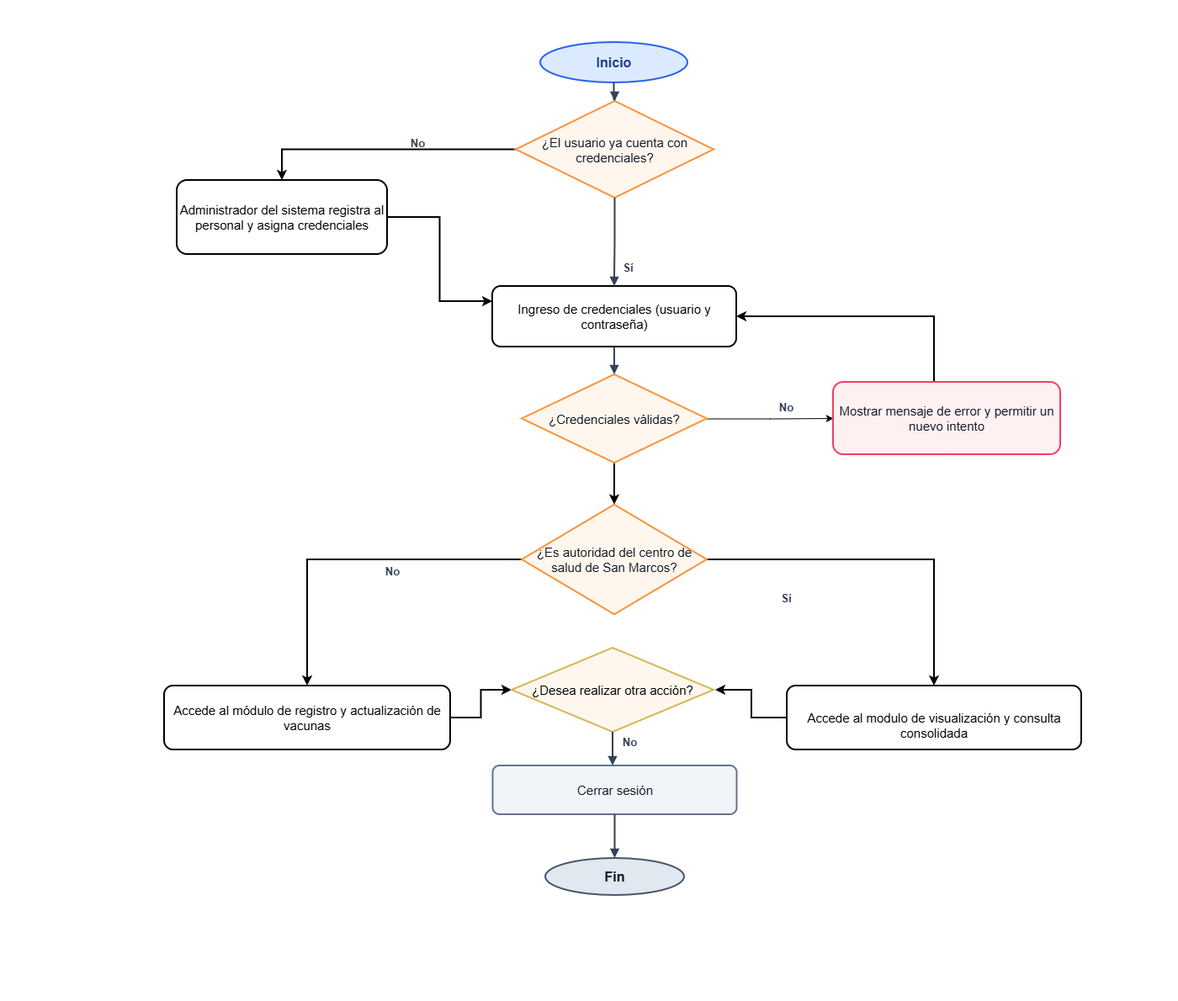
The draw.io diagram Diagramas/diagrama_flujo_vacunas.drawio.png in WishoSz/PropuestaProyectoDeCarrera, before a commit. Source tidied: cells renumbered, new cells last; positions are measured from the earlier drawing's top-left corner, leaving out a move shared by most shapes. The source it was exported from:
```xml
<mxGraphModel>
  <root>
    <mxCell id="0" />
    <mxCell id="1" parent="0" />
    <mxCell id="2" style="rounded=0;html=1;fillColor=#ffffff;strokeColor=none;" parent="1" vertex="1">
      <mxGeometry width="1400" height="1190" as="geometry" />
    </mxCell>
    <mxCell id="3" value="Inicio" style="ellipse;whiteSpace=wrap;html=1;strokeWidth=2;strokeColor=#2563eb;fillColor=#dbeafe;fontSize=16;fontStyle=1;fontColor=#1e3a8a;align=center;verticalAlign=middle;" parent="1" vertex="1">
      <mxGeometry x="642" y="50" width="175" height="48" as="geometry" />
    </mxCell>
    <mxCell id="4" style="edgeStyle=orthogonalEdgeStyle;rounded=0;jettySize=auto;html=1;entryX=0.5;entryY=0;entryDx=0;entryDy=0;strokeWidth=2;" parent="1" edge="1" source="5" target="13">
      <mxGeometry relative="1" as="geometry" />
    </mxCell>
    <mxCell id="5" value="¿El usuario ya cuenta con credenciales?" style="rhombus;whiteSpace=wrap;html=1;strokeWidth=2;strokeColor=#fb923c;fillColor=#fff7ed;fontSize=15;fontColor=#111827;align=center;verticalAlign=middle;" parent="1" vertex="1">
      <mxGeometry x="613" y="120" width="235" height="115" as="geometry" />
    </mxCell>
    <mxCell id="6" value="Ingreso de credenciales (usuario y contraseña)" style="rounded=1;whiteSpace=wrap;html=1;arcSize=14;strokeWidth=2;fontSize=15;align=center;verticalAlign=middle;" parent="1" vertex="1">
      <mxGeometry x="585" y="340" width="290" height="72" as="geometry" />
    </mxCell>
    <mxCell id="7" style="edgeStyle=orthogonalEdgeStyle;rounded=0;jettySize=auto;html=1;entryX=0;entryY=0.5;entryDx=0;entryDy=0;" parent="1" edge="1" source="9" target="15">
      <mxGeometry relative="1" as="geometry" />
    </mxCell>
    <mxCell id="8" style="edgeStyle=orthogonalEdgeStyle;rounded=0;jettySize=auto;html=1;strokeWidth=2;" parent="1" edge="1" source="9" target="33">
      <mxGeometry relative="1" as="geometry" />
    </mxCell>
    <mxCell id="9" value="¿Credenciales válidas?" style="rhombus;whiteSpace=wrap;html=1;strokeWidth=2;strokeColor=#fb923c;fillColor=#fff7ed;fontSize=15;fontColor=#111827;align=center;verticalAlign=middle;" parent="1" vertex="1">
      <mxGeometry x="620" y="445" width="220" height="105" as="geometry" />
    </mxCell>
    <mxCell id="10" value="Cerrar sesión" style="rounded=1;whiteSpace=wrap;html=1;arcSize=14;strokeWidth=2;strokeColor=#64748b;fillColor=#f1f5f9;fontSize=15;fontColor=#111827;align=center;verticalAlign=middle;" parent="1" vertex="1">
      <mxGeometry x="585.5" y="910" width="290" height="58" as="geometry" />
    </mxCell>
    <mxCell id="11" value="Fin" style="ellipse;whiteSpace=wrap;html=1;strokeWidth=2;strokeColor=#475569;fillColor=#e2e8f0;fontSize=16;fontStyle=1;fontColor=#0f172a;align=center;verticalAlign=middle;" parent="1" vertex="1">
      <mxGeometry x="648" y="1020" width="165" height="44" as="geometry" />
    </mxCell>
    <mxCell id="12" style="edgeStyle=orthogonalEdgeStyle;rounded=0;jettySize=auto;html=1;entryX=0;entryY=0.25;entryDx=0;entryDy=0;strokeWidth=2;" parent="1" edge="1" source="13" target="6">
      <mxGeometry relative="1" as="geometry" />
    </mxCell>
    <mxCell id="13" value="Administrador del sistema registra al personal y asigna credenciales" style="rounded=1;whiteSpace=wrap;html=1;arcSize=14;strokeWidth=2;fontSize=15;align=center;verticalAlign=middle;" parent="1" vertex="1">
      <mxGeometry x="210" y="214" width="250" height="88" as="geometry" />
    </mxCell>
    <mxCell id="14" style="edgeStyle=orthogonalEdgeStyle;rounded=0;jettySize=auto;html=1;entryX=1;entryY=0.5;entryDx=0;entryDy=0;strokeWidth=2;" parent="1" edge="1" source="15" target="6">
      <mxGeometry relative="1" as="geometry">
        <Array as="points">
          <mxPoint x="1110" y="376" />
        </Array>
      </mxGeometry>
    </mxCell>
    <mxCell id="15" value="Mostrar mensaje de error y permitir un nuevo intento" style="rounded=1;whiteSpace=wrap;html=1;arcSize=14;strokeWidth=2;strokeColor=#f43f5e;fillColor=#fff1f2;fontSize=15;fontColor=#111827;align=center;verticalAlign=middle;" parent="1" vertex="1">
      <mxGeometry x="990" y="454" width="270" height="86" as="geometry" />
    </mxCell>
    <mxCell id="16" style="edgeStyle=orthogonalEdgeStyle;rounded=0;jettySize=auto;html=1;entryX=0;entryY=0.5;entryDx=0;entryDy=0;strokeWidth=2;" parent="1" edge="1" source="17" target="19">
      <mxGeometry relative="1" as="geometry" />
    </mxCell>
    <mxCell id="17" value="Accede al módulo de registro y actualización de vacunas" style="rounded=1;whiteSpace=wrap;html=1;arcSize=14;strokeWidth=2;fontSize=15;align=center;verticalAlign=middle;" parent="1" vertex="1">
      <mxGeometry x="195" y="815" width="340" height="76" as="geometry" />
    </mxCell>
    <mxCell id="18" value="&lt;br&gt;Accede al modulo de visualización y consulta consolidada" style="rounded=1;whiteSpace=wrap;html=1;arcSize=14;strokeWidth=2;fontSize=15;align=center;verticalAlign=middle;" parent="1" vertex="1">
      <mxGeometry x="935" y="815" width="350" height="76" as="geometry" />
    </mxCell>
    <mxCell id="19" value="¿Desea realizar otra acción?" style="rhombus;whiteSpace=wrap;html=1;strokeWidth=2;strokeColor=#d6b656;fillColor=#FFF7ED;fontSize=15;align=center;verticalAlign=middle;" parent="1" vertex="1">
      <mxGeometry x="608" y="770" width="240" height="100" as="geometry" />
    </mxCell>
    <mxCell id="20" style="edgeStyle=orthogonalEdgeStyle;rounded=0;jettySize=auto;html=1;strokeColor=#334155;strokeWidth=2;endArrow=block;endFill=1;" parent="1" edge="1" source="3" target="5">
      <mxGeometry relative="1" as="geometry" />
    </mxCell>
    <mxCell id="21" style="edgeStyle=orthogonalEdgeStyle;rounded=0;jettySize=auto;html=1;strokeColor=#334155;strokeWidth=2;endArrow=block;endFill=1;" parent="1" edge="1" source="5" target="6">
      <mxGeometry relative="1" as="geometry" />
    </mxCell>
    <mxCell id="22" style="edgeStyle=orthogonalEdgeStyle;rounded=0;jettySize=auto;html=1;strokeColor=#334155;strokeWidth=2;endArrow=block;endFill=1;" parent="1" edge="1" source="6" target="9">
      <mxGeometry relative="1" as="geometry" />
    </mxCell>
    <mxCell id="23" style="edgeStyle=orthogonalEdgeStyle;rounded=0;jettySize=auto;html=1;strokeColor=#334155;strokeWidth=2;endArrow=block;endFill=1;" parent="1" edge="1" source="10" target="11">
      <mxGeometry relative="1" as="geometry" />
    </mxCell>
    <mxCell id="24" value="No" style="text;html=1;strokeColor=none;fillColor=none;align=center;verticalAlign=middle;fontSize=13;fontStyle=1;fontColor=#334155;" parent="1" vertex="1">
      <mxGeometry x="480" y="160" width="32" height="20" as="geometry" />
    </mxCell>
    <mxCell id="25" value="Sí" style="text;html=1;strokeColor=none;fillColor=none;align=center;verticalAlign=middle;fontSize=13;fontStyle=1;fontColor=#334155;" parent="1" vertex="1">
      <mxGeometry x="730" y="308" width="32" height="20" as="geometry" />
    </mxCell>
    <mxCell id="26" value="Sí" style="text;html=1;strokeColor=none;fillColor=none;align=center;verticalAlign=middle;fontSize=13;fontStyle=1;fontColor=#334155;" parent="1" vertex="1">
      <mxGeometry x="920" y="702" width="28" height="18" as="geometry" />
    </mxCell>
    <mxCell id="27" value="No" style="text;html=1;strokeColor=none;fillColor=none;align=center;verticalAlign=middle;fontSize=13;fontStyle=1;fontColor=#334155;" parent="1" vertex="1">
      <mxGeometry x="920" y="475" width="28" height="18" as="geometry" />
    </mxCell>
    <mxCell id="28" style="edgeStyle=orthogonalEdgeStyle;rounded=0;jettySize=auto;html=1;strokeColor=#334155;strokeWidth=2;endArrow=block;endFill=1;" parent="1" edge="1" source="19" target="10">
      <mxGeometry relative="1" as="geometry">
        <Array as="points">
          <mxPoint x="730" y="840" />
          <mxPoint x="730" y="889" />
        </Array>
      </mxGeometry>
    </mxCell>
    <mxCell id="29" value="No" style="text;html=1;strokeColor=none;fillColor=none;align=center;verticalAlign=middle;fontSize=13;fontStyle=1;fontColor=#334155;" parent="1" vertex="1">
      <mxGeometry x="452" y="670" width="28" height="18" as="geometry" />
    </mxCell>
    <mxCell id="30" value="No" style="text;html=1;strokeColor=none;fillColor=none;align=center;verticalAlign=middle;fontSize=13;fontStyle=1;fontColor=#334155;" parent="1" vertex="1">
      <mxGeometry x="734" y="873" width="28" height="18" as="geometry" />
    </mxCell>
    <mxCell id="31" style="edgeStyle=orthogonalEdgeStyle;rounded=0;jettySize=auto;html=1;strokeWidth=2;" parent="1" edge="1" source="33" target="17">
      <mxGeometry relative="1" as="geometry" />
    </mxCell>
    <mxCell id="32" style="edgeStyle=orthogonalEdgeStyle;rounded=0;jettySize=auto;html=1;entryX=0.5;entryY=0;entryDx=0;entryDy=0;strokeWidth=2;" parent="1" edge="1" source="33" target="18">
      <mxGeometry relative="1" as="geometry" />
    </mxCell>
    <mxCell id="33" value="¿Es autoridad del centro de salud de San Marcos?" style="rhombus;whiteSpace=wrap;html=1;strokeWidth=2;strokeColor=#fb923c;fillColor=#fff7ed;fontSize=15;fontColor=#111827;align=center;verticalAlign=middle;" parent="1" vertex="1">
      <mxGeometry x="620" y="599.8" width="220" height="130.5" as="geometry" />
    </mxCell>
    <mxCell id="34" style="edgeStyle=orthogonalEdgeStyle;rounded=0;jettySize=auto;html=1;strokeWidth=2;" parent="1" edge="1" source="18">
      <mxGeometry relative="1" as="geometry">
        <mxPoint x="850" y="820" as="targetPoint" />
      </mxGeometry>
    </mxCell>
  </root>
</mxGraphModel>
```
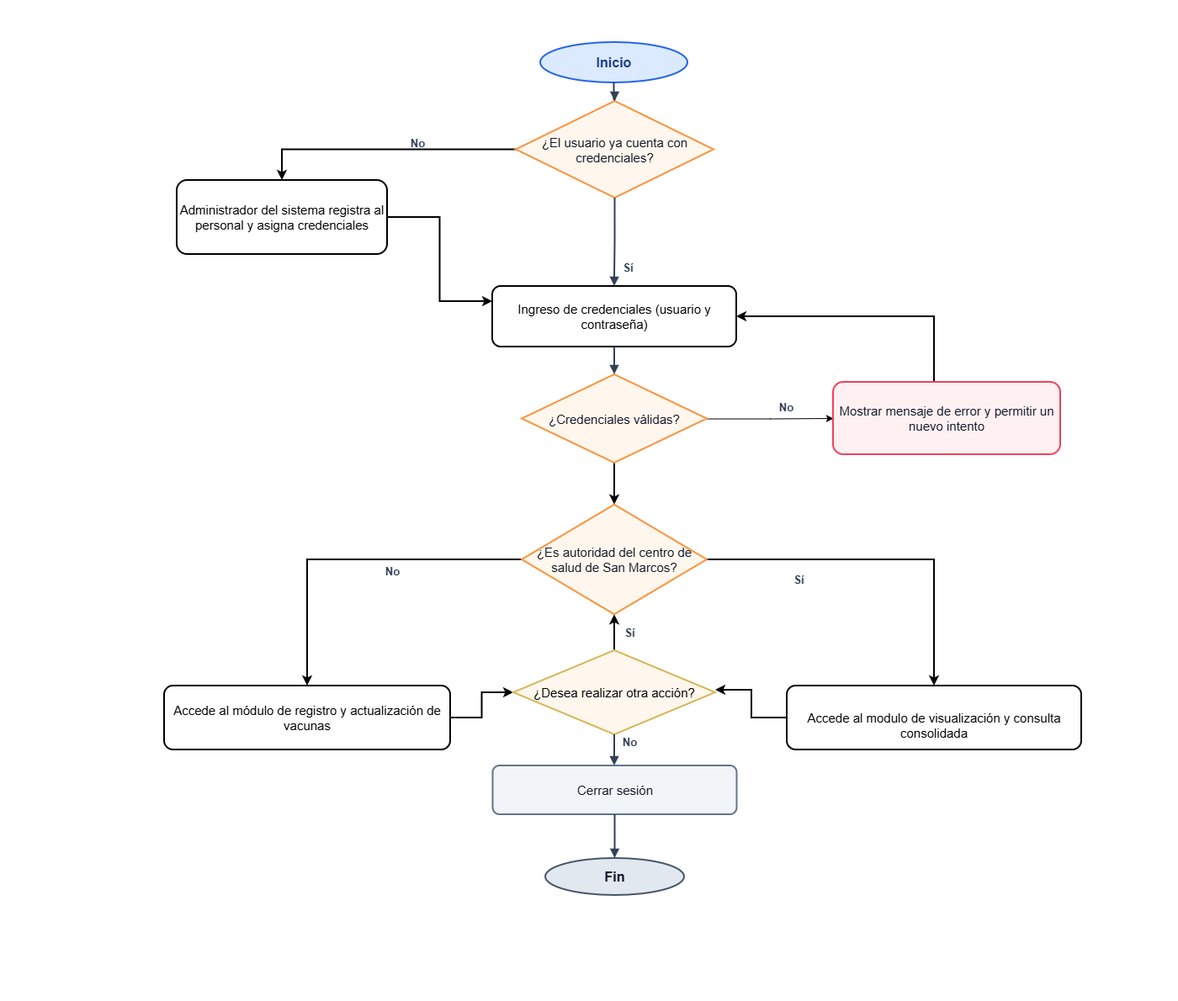
The same diagram one commit later.

Commit message:
Compuse el diagrama de flujo

Change to the diagram source:
```diff
@@ -57,8 +57,11 @@
     <mxCell id="18" value="&lt;br&gt;Accede al modulo de visualización y consulta consolidada" style="rounded=1;whiteSpace=wrap;html=1;arcSize=14;strokeWidth=2;fontSize=15;align=center;verticalAlign=middle;" parent="1" vertex="1">
       <mxGeometry x="935" y="815" width="350" height="76" as="geometry" />
     </mxCell>
+    <mxCell id="35" style="edgeStyle=orthogonalEdgeStyle;rounded=0;jettySize=auto;html=1;strokeWidth=2;" parent="1" edge="1" source="19" target="33">
+      <mxGeometry relative="1" as="geometry" />
+    </mxCell>
     <mxCell id="19" value="¿Desea realizar otra acción?" style="rhombus;whiteSpace=wrap;html=1;strokeWidth=2;strokeColor=#d6b656;fillColor=#FFF7ED;fontSize=15;align=center;verticalAlign=middle;" parent="1" vertex="1">
-      <mxGeometry x="608" y="770" width="240" height="100" as="geometry" />
+      <mxGeometry x="610" y="773" width="240" height="100" as="geometry" />
     </mxCell>
     <mxCell id="20" style="edgeStyle=orthogonalEdgeStyle;rounded=0;jettySize=auto;html=1;strokeColor=#334155;strokeWidth=2;endArrow=block;endFill=1;" parent="1" edge="1" source="3" target="5">
       <mxGeometry relative="1" as="geometry" />
@@ -79,7 +82,7 @@
       <mxGeometry x="730" y="308" width="32" height="20" as="geometry" />
     </mxCell>
     <mxCell id="26" value="Sí" style="text;html=1;strokeColor=none;fillColor=none;align=center;verticalAlign=middle;fontSize=13;fontStyle=1;fontColor=#334155;" parent="1" vertex="1">
-      <mxGeometry x="920" y="702" width="28" height="18" as="geometry" />
+      <mxGeometry x="935" y="680" width="28" height="18" as="geometry" />
     </mxCell>
     <mxCell id="27" value="No" style="text;html=1;strokeColor=none;fillColor=none;align=center;verticalAlign=middle;fontSize=13;fontStyle=1;fontColor=#334155;" parent="1" vertex="1">
       <mxGeometry x="920" y="475" width="28" height="18" as="geometry" />
@@ -112,5 +115,8 @@
         <mxPoint x="850" y="820" as="targetPoint" />
       </mxGeometry>
     </mxCell>
+    <mxCell id="36" value="Sí" style="text;html=1;strokeColor=none;fillColor=none;align=center;verticalAlign=middle;fontSize=13;fontStyle=1;fontColor=#334155;" parent="1" vertex="1">
+      <mxGeometry x="734" y="743" width="28" height="18" as="geometry" />
+    </mxCell>
   </root>
 </mxGraphModel>
```
